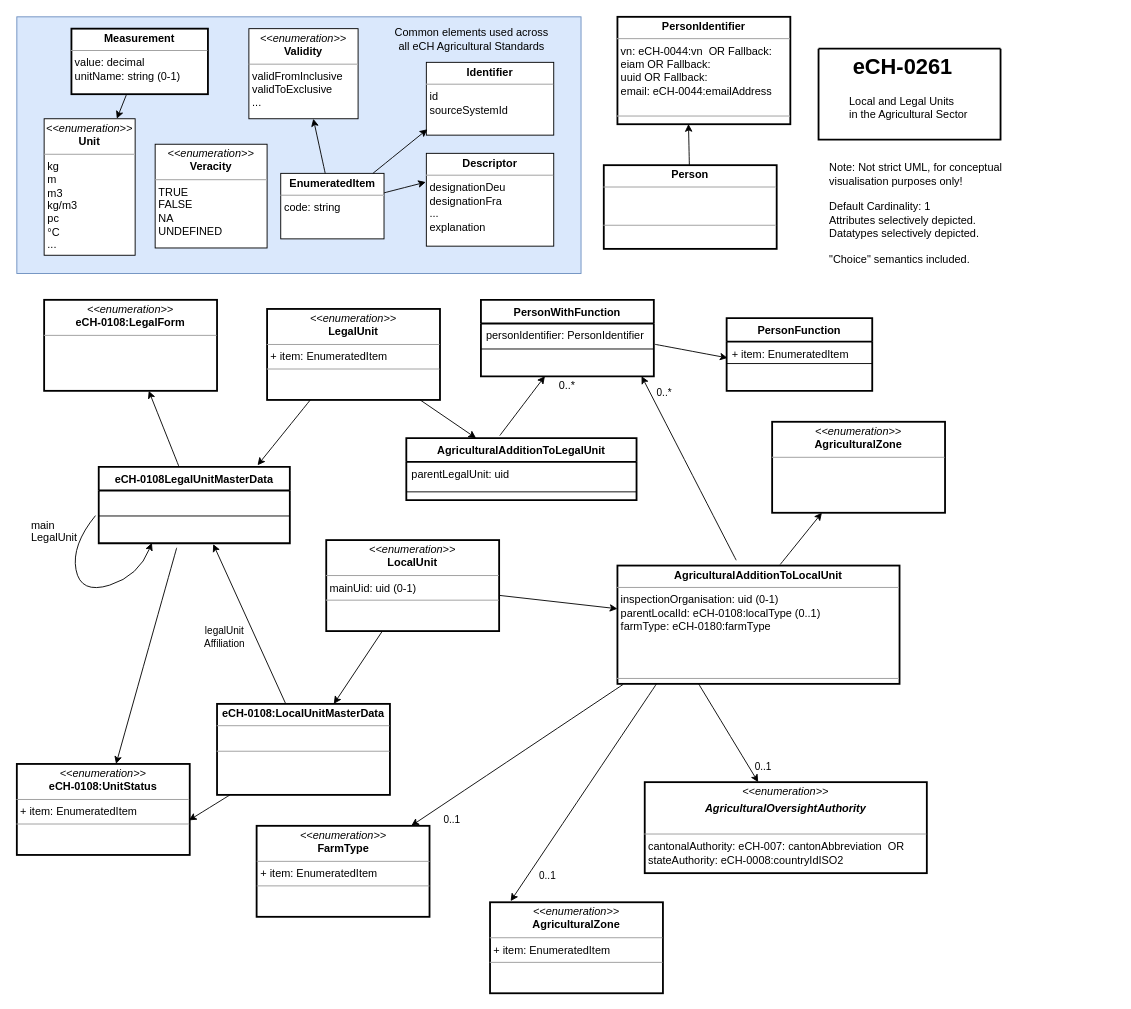
Above: src/eCH-0261__1_0__overview.drawio in blw-ofag-ufag/eCH-0261 (draw.io), before the change. Source tidied: cells renumbered, new cells numbered last; positions are measured from the earlier drawing's top-left corner, leaving out a move shared by most shapes. Both pictures are drawn from the tidied source at 91%, with x=0, y=0 at pixel (16, 16).
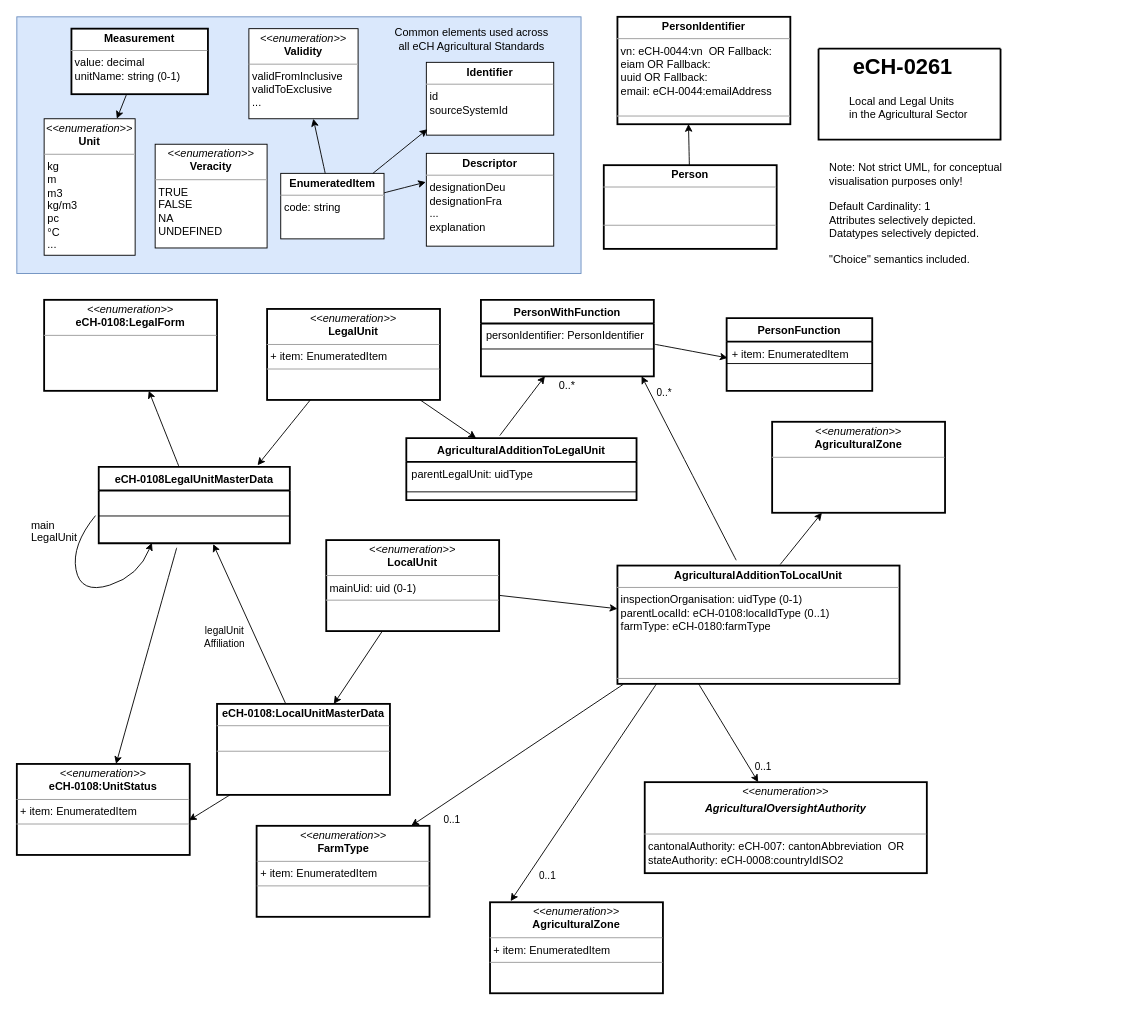
The same diagram, later.

Unchanged cells that the change refers to:
```xml
<mxCell id="12" value="AgriculturalAdditionToLegalUnit" style="swimlane;fontStyle=1;align=center;verticalAlign=top;horizontal=1;startSize=26;strokeWidth=2;sketch=0;fontFamily=Helvetica;" parent="1" vertex="1">
  <mxGeometry x="428" y="463" width="253" height="68" as="geometry" />
</mxCell>
```

The edit, as a diff of the source:
```diff
@@
-    <mxCell id="13" value="parentLegalUnit: uid" style="text;strokeColor=none;fillColor=none;align=left;verticalAlign=top;spacingLeft=4;spacingRight=4;overflow=hidden;sketch=0;fontFamily=Helvetica;" parent="12" vertex="1">
+    <mxCell id="13" value="parentLegalUnit: uidType" style="text;strokeColor=none;fillColor=none;align=left;verticalAlign=top;spacingLeft=4;spacingRight=4;overflow=hidden;sketch=0;fontFamily=Helvetica;" parent="12" vertex="1">
       <mxGeometry y="26" width="253" height="24" as="geometry" />
     </mxCell>
@@
-    <mxCell id="54" value="&lt;p style=&quot;margin:0px;margin-top:4px;text-align:center;&quot;&gt;&lt;b&gt;AgriculturalAdditionToLocalUnit&lt;/b&gt;&lt;/p&gt;&lt;hr size=&quot;1&quot;&gt;&lt;p style=&quot;margin:0px;margin-left:4px;&quot;&gt;inspectionOrganisation: uid (0-1)&lt;/p&gt;&lt;p style=&quot;margin:0px;margin-left:4px;&quot;&gt;parentLocalId: eCH-0108:localType (0..1)&lt;/p&gt;&lt;p style=&quot;margin:0px;margin-left:4px;&quot;&gt;farmType: eCH-0180:farmType&lt;/p&gt;&lt;p style=&quot;margin:0px;margin-left:4px;&quot;&gt;&lt;br&gt;&lt;/p&gt;&lt;p style=&quot;margin:0px;margin-left:4px;&quot;&gt;&lt;br&gt;&lt;/p&gt;&lt;p style=&quot;margin:0px;margin-left:4px;&quot;&gt;&lt;br&gt;&lt;/p&gt;&lt;hr size=&quot;1&quot;&gt;&lt;p style=&quot;margin:0px;margin-left:4px;&quot;&gt;&lt;br&gt;&lt;/p&gt;" style="verticalAlign=top;align=left;overflow=fill;fontSize=12;fontFamily=Helvetica;html=1;sketch=0;strokeWidth=2;" parent="1" vertex="1">
+    <mxCell id="54" value="&lt;p style=&quot;margin:0px;margin-top:4px;text-align:center;&quot;&gt;&lt;b&gt;AgriculturalAdditionToLocalUnit&lt;/b&gt;&lt;/p&gt;&lt;hr size=&quot;1&quot;&gt;&lt;p style=&quot;margin:0px;margin-left:4px;&quot;&gt;inspectionOrganisation: uidType (0-1)&lt;/p&gt;&lt;p style=&quot;margin:0px;margin-left:4px;&quot;&gt;parentLocalId: eCH-0108:localIdType (0..1)&lt;/p&gt;&lt;p style=&quot;margin:0px;margin-left:4px;&quot;&gt;farmType: eCH-0180:farmType&lt;/p&gt;&lt;p style=&quot;margin:0px;margin-left:4px;&quot;&gt;&lt;br&gt;&lt;/p&gt;&lt;p style=&quot;margin:0px;margin-left:4px;&quot;&gt;&lt;br&gt;&lt;/p&gt;&lt;p style=&quot;margin:0px;margin-left:4px;&quot;&gt;&lt;br&gt;&lt;/p&gt;&lt;hr size=&quot;1&quot;&gt;&lt;p style=&quot;margin:0px;margin-left:4px;&quot;&gt;&lt;br&gt;&lt;/p&gt;" style="verticalAlign=top;align=left;overflow=fill;fontSize=12;fontFamily=Helvetica;html=1;sketch=0;strokeWidth=2;" parent="1" vertex="1">
       <mxGeometry x="660" y="603" width="310" height="130" as="geometry" />
     </mxCell>
```
